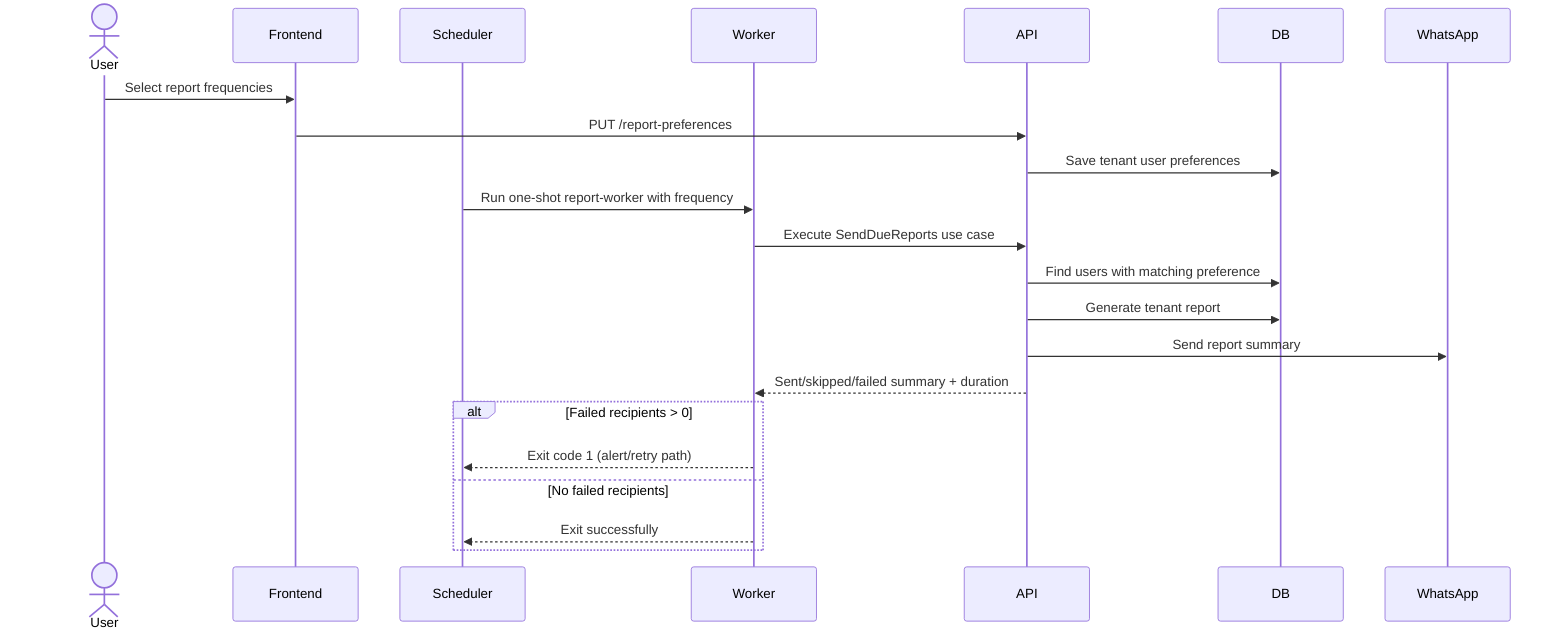
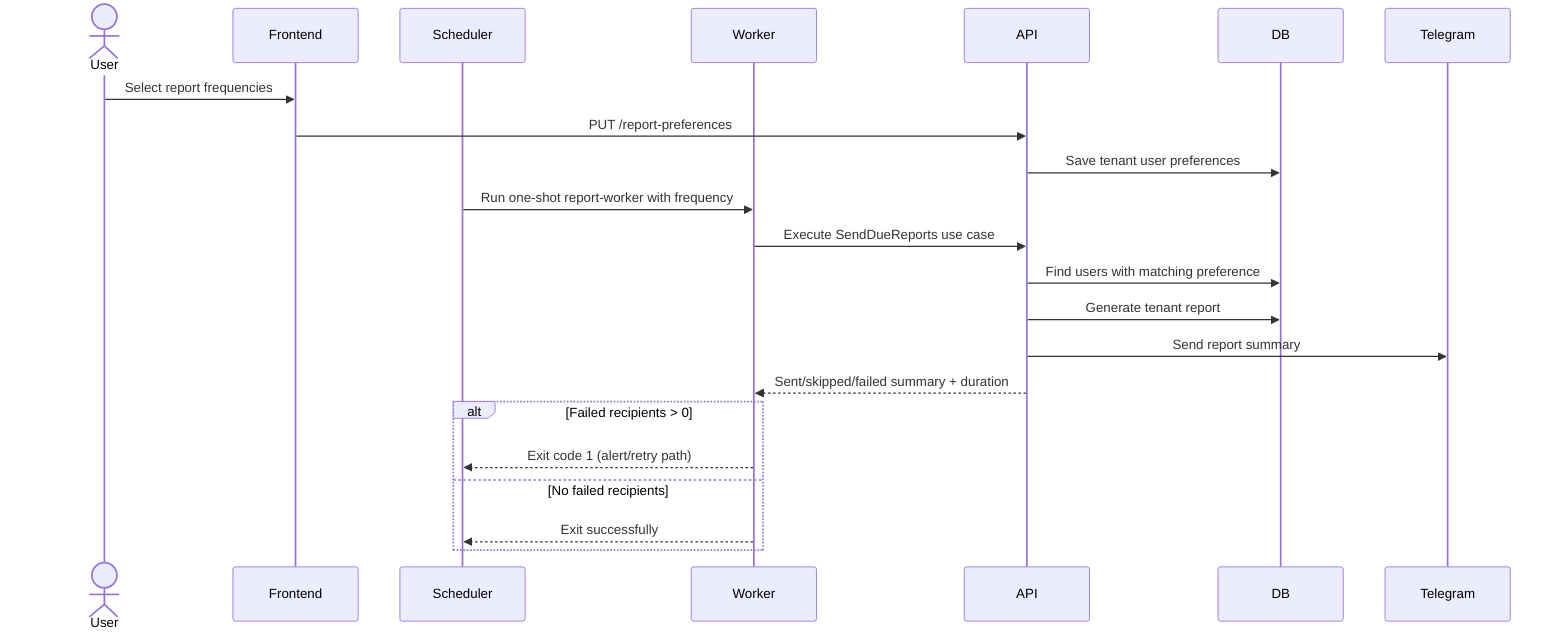
sequenceDiagram
  actor User
  participant Frontend
  participant Scheduler
  participant Worker
  participant API
  participant DB
-   participant WhatsApp
+   participant Telegram
  User->>Frontend: Select report frequencies
  Frontend->>API: PUT /report-preferences
  API->>DB: Save tenant user preferences
  Scheduler->>Worker: Run one-shot report-worker with frequency
  Worker->>API: Execute SendDueReports use case
  API->>DB: Find users with matching preference
  API->>DB: Generate tenant report
-   API->>WhatsApp: Send report summary
+   API->>Telegram: Send report summary
  API-->>Worker: Sent/skipped/failed summary + duration
  alt Failed recipients > 0
    Worker-->>Scheduler: Exit code 1 (alert/retry path)
  else No failed recipients
    Worker-->>Scheduler: Exit successfully
  end
